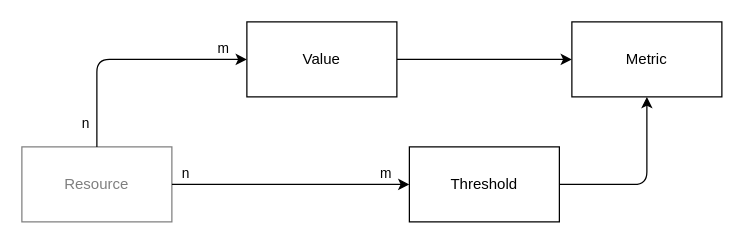
The draw.io diagram page "p6: Observability" (10 of 12) of content/docs/model/images/model-entities.drawio in emeland-io/book, before the edit. Source tidied: cells renumbered, new cells numbered last; positions are measured from the earlier drawing's top-left corner, leaving out a move shared by most shapes. Both pictures are drawn from the tidied source at 125%, with x=0, y=0 at pixel (21, 21).
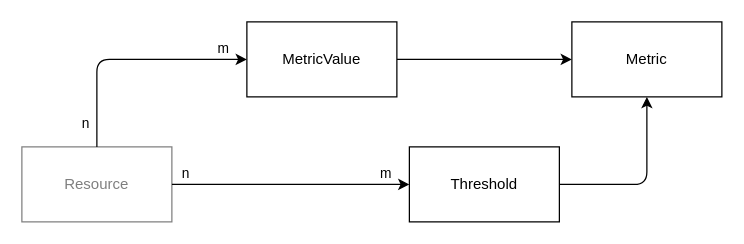
The same page after the edit.

Commit message (it also covers changes not shown here):
change naming from Value to MetricValue

Change to the diagram source:
```diff
@@
 <mxGraphModel>
   <root>
     <mxCell id="0" />
     <mxCell id="1" parent="0" />
     <mxCell id="2" style="edgeStyle=none;html=1;" parent="1" edge="1" source="3" target="4">
       <mxGeometry relative="1" as="geometry" />
     </mxCell>
-    <mxCell id="3" value="Value" style="rounded=0;whiteSpace=wrap;html=1;" parent="1" vertex="1">
+    <mxCell id="3" value="MetricValue" style="rounded=0;whiteSpace=wrap;html=1;" parent="1" vertex="1">
       <mxGeometry x="180" width="120" height="60" as="geometry" />
     </mxCell>
     <mxCell id="4" value="Metric" style="rounded=0;whiteSpace=wrap;html=1;" parent="1" vertex="1">
       <mxGeometry x="440" width="120" height="60" as="geometry" />
     </mxCell>
     <mxCell id="5" style="edgeStyle=orthogonalEdgeStyle;html=1;" parent="1" edge="1" source="6" target="4">
       <mxGeometry relative="1" as="geometry" />
     </mxCell>
     <mxCell id="6" value="Threshold" style="rounded=0;whiteSpace=wrap;html=1;" parent="1" vertex="1">
       <mxGeometry x="310" y="100" width="120" height="60" as="geometry" />
     </mxCell>
     <mxCell id="7" style="edgeStyle=none;html=1;" parent="1" edge="1" source="13" target="6">
       <mxGeometry relative="1" as="geometry" />
     </mxCell>
     <mxCell id="8" value="n" style="edgeLabel;html=1;align=center;verticalAlign=middle;" parent="7" vertex="1">
       <mxGeometry x="-0.69" y="-2" relative="1" as="geometry">
         <mxPoint x="-19" y="-12" as="offset" />
       </mxGeometry>
     </mxCell>
     <mxCell id="9" value="m" style="edgeLabel;html=1;align=center;verticalAlign=middle;" parent="7" vertex="1">
       <mxGeometry x="0.24" y="2" relative="1" as="geometry">
         <mxPoint x="52" y="-8" as="offset" />
       </mxGeometry>
     </mxCell>
     <mxCell id="10" style="edgeStyle=orthogonalEdgeStyle;html=1;" parent="1" edge="1" source="13" target="3">
       <mxGeometry relative="1" as="geometry">
         <Array as="points">
           <mxPoint x="60" y="30" />
         </Array>
       </mxGeometry>
     </mxCell>
     <mxCell id="11" value="n" style="edgeLabel;html=1;align=center;verticalAlign=middle;" parent="10" vertex="1">
       <mxGeometry x="-0.06" y="2" relative="1" as="geometry">
         <mxPoint x="-29" y="52" as="offset" />
       </mxGeometry>
     </mxCell>
     <mxCell id="12" value="m" style="edgeLabel;html=1;align=center;verticalAlign=middle;" parent="10" vertex="1">
       <mxGeometry x="0.38" y="2" relative="1" as="geometry">
         <mxPoint x="39" y="-8" as="offset" />
       </mxGeometry>
     </mxCell>
     <mxCell id="13" value="Resource" style="rounded=0;whiteSpace=wrap;html=1;opacity=50;textOpacity=50;" parent="1" vertex="1">
       <mxGeometry y="100" width="120" height="60" as="geometry" />
     </mxCell>
   </root>
 </mxGraphModel>
```
